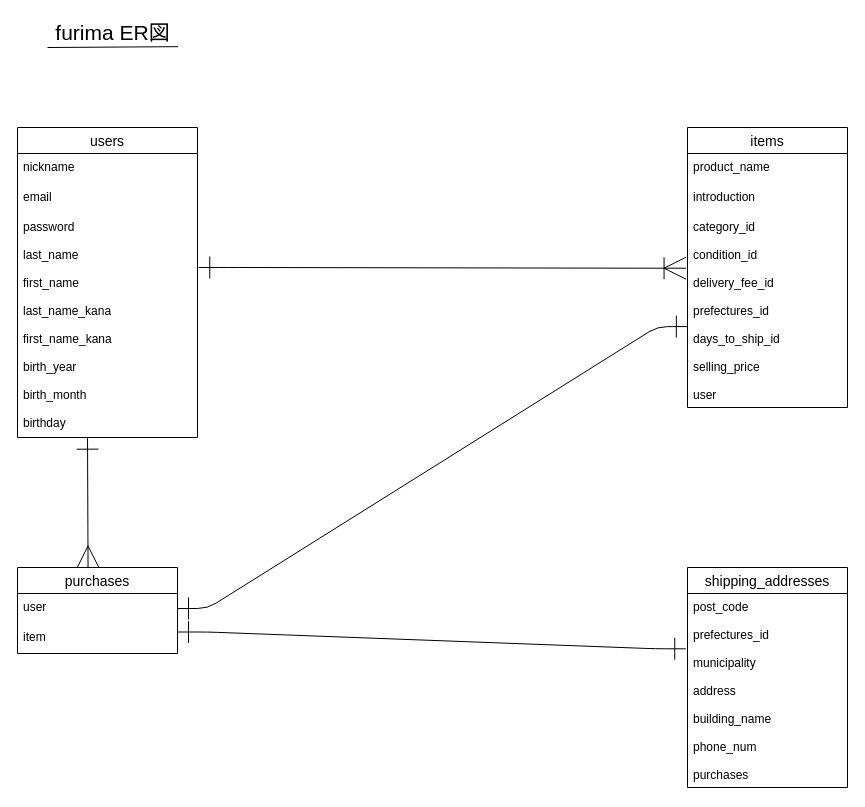
Before: furima.dio in yumoto34492/furima-34492, a draw.io diagram. Source tidied: cells renumbered, new cells numbered last; positions are measured from the earlier drawing's top-left corner, leaving out a move shared by most shapes. Both pictures are drawn from the tidied source at 100%, with x=0, y=0 at pixel (17, 17).
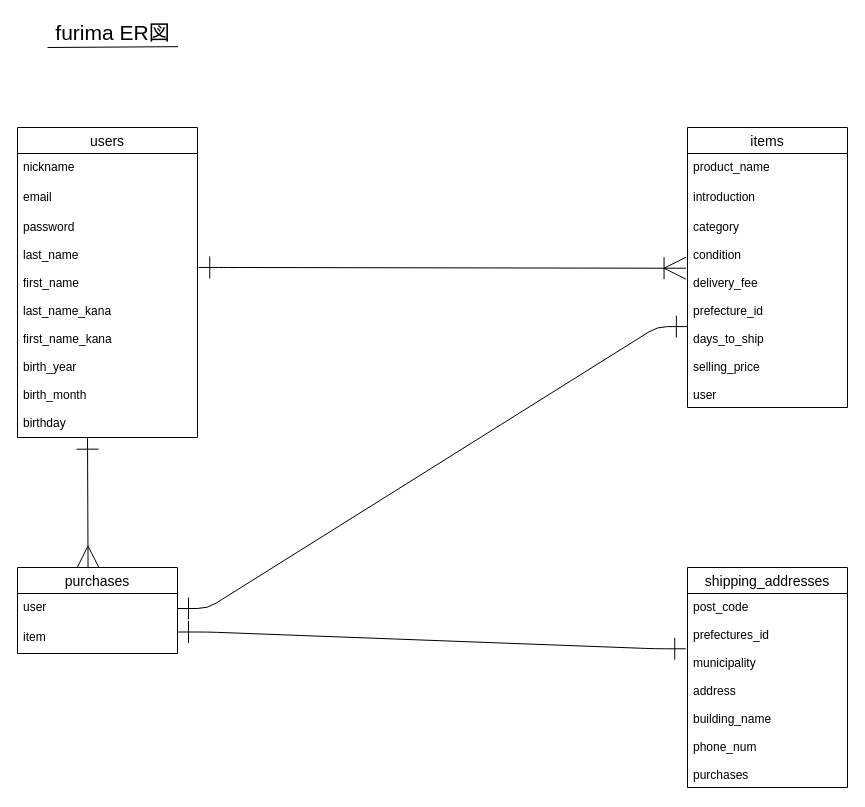
Above is the later version.

Commit message (it also covers changes not shown here):
複数形を単数形へ修正

The change refers to these unchanged cells:
```xml
<mxCell id="7" value="items" style="swimlane;fontStyle=0;horizontal=1;startSize=26;align=center;fontSize=14;" parent="1" vertex="1">
  <mxGeometry x="670" y="110" width="160" height="280" as="geometry" />
</mxCell>
```

Diff of the diagram source:
```diff
@@
-    <mxCell id="10" value="category_id&#10;&#10;condition_id&#10;&#10;delivery_fee_id&#10;&#10;prefectures_id&#10;&#10;days_to_ship_id&#10;&#10;selling_price&#10;&#10;user" style="text;strokeColor=none;fillColor=none;spacingLeft=4;spacingRight=4;overflow=hidden;points=[[0,0.5],[1,0.5]];portConstraint=eastwest;fontSize=12;" parent="7" vertex="1">
+    <mxCell id="10" value="category&#10;&#10;condition&#10;&#10;delivery_fee&#10;&#10;prefecture_id&#10;&#10;days_to_ship&#10;&#10;selling_price&#10;&#10;user" style="text;strokeColor=none;fillColor=none;spacingLeft=4;spacingRight=4;overflow=hidden;points=[[0,0.5],[1,0.5]];portConstraint=eastwest;fontSize=12;" parent="7" vertex="1">
       <mxGeometry y="86" width="160" height="194" as="geometry" />
     </mxCell>
```
